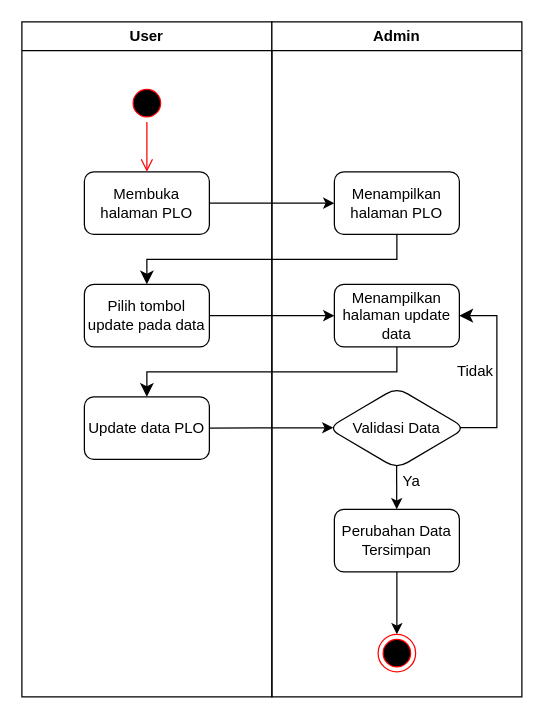
Before: DOKUMENTASI IDMS/PLO/updatePLO.drawio in rismanrhz/idms, a draw.io diagram. Source tidied: cells renumbered, new cells numbered last; positions are measured from the earlier drawing's top-left corner, leaving out a move shared by most shapes. Both pictures are drawn from the tidied source at 125%, with x=0, y=0 at pixel (21, 21).
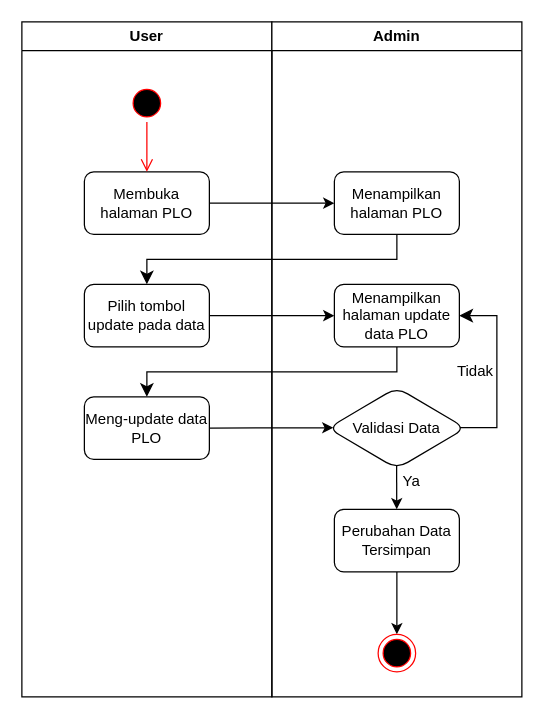
After the change.

Unchanged cells that the change refers to:
```xml
<mxCell id="2" value="User" style="swimlane;whiteSpace=wrap;html=1;" parent="1" vertex="1">
  <mxGeometry width="200" height="540" as="geometry" />
</mxCell>
<mxCell id="8" value="Admin" style="swimlane;whiteSpace=wrap;html=1;" parent="1" vertex="1">
  <mxGeometry x="200" width="200" height="540" as="geometry" />
</mxCell>
```

Change to the diagram source:
```diff
@@
-    <mxCell id="7" value="Update data PLO" style="rounded=1;whiteSpace=wrap;html=1;" parent="2" vertex="1">
+    <mxCell id="7" value="Meng-update data PLO" style="rounded=1;whiteSpace=wrap;html=1;" parent="2" vertex="1">
       <mxGeometry x="50" y="300" width="100" height="50" as="geometry" />
     </mxCell>
@@
-    <mxCell id="10" value="Menampilkan halaman update data" style="rounded=1;whiteSpace=wrap;html=1;" parent="8" vertex="1">
+    <mxCell id="10" value="Menampilkan halaman update data PLO" style="rounded=1;whiteSpace=wrap;html=1;" parent="8" vertex="1">
       <mxGeometry x="50" y="210" width="100" height="50" as="geometry" />
     </mxCell>
```
